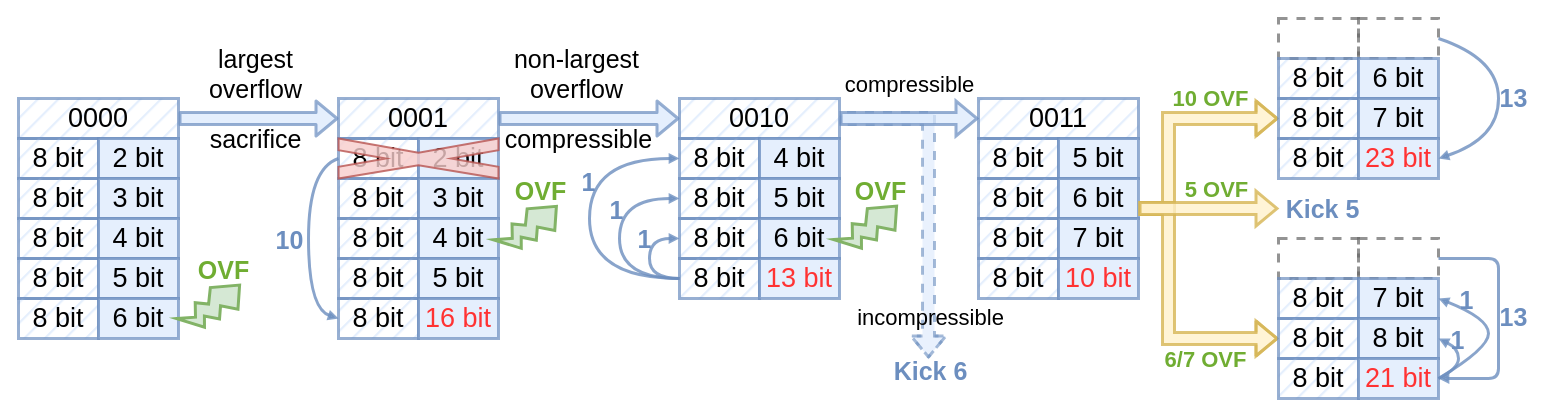
Before: page "running" (4 of 10) of EC.drawio in sql0316/hello-world, a draw.io diagram. Source tidied: cells renumbered, new cells numbered last; positions are measured from the earlier drawing's top-left corner, leaving out a move shared by most shapes. Both pictures are drawn from the tidied source at 100%, with x=0, y=0 at pixel (18, 18).
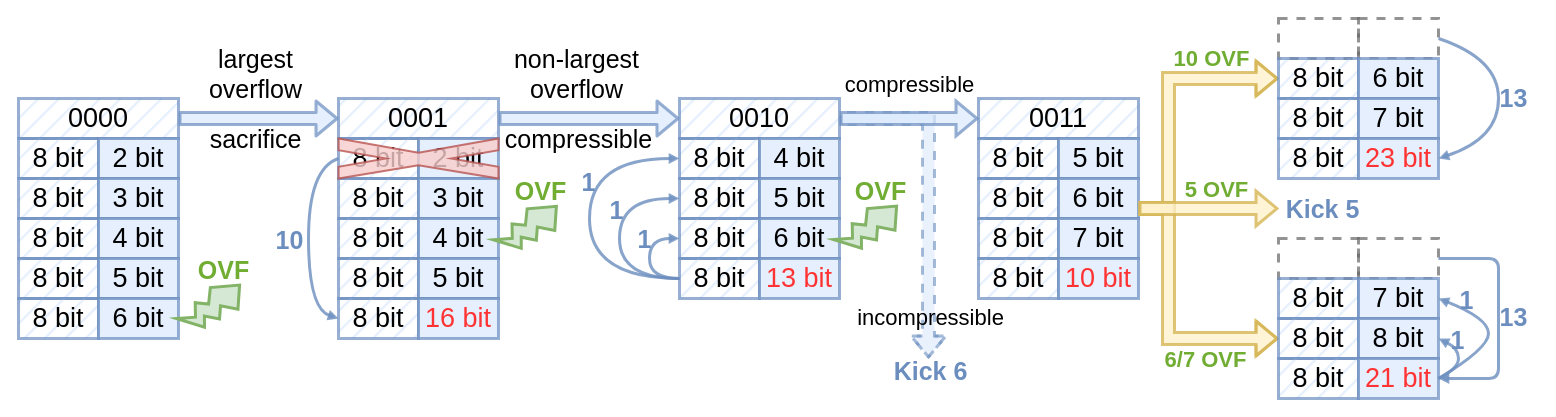
The same diagram, later.

Unchanged cells that the change refers to:
```xml
<mxCell id="62" value="&lt;font style=&quot;font-size: 27px;&quot;&gt;6 bit&lt;br style=&quot;font-size: 27px;&quot;&gt;&lt;/font&gt;" style="rounded=0;whiteSpace=wrap;html=1;fontFamily=Helvetica;strokeWidth=3;fillColor=#dae8fc;strokeColor=#6c8ebf;fontSize=27;opacity=70;" parent="1" vertex="1">
  <mxGeometry x="1040" y="160" width="80" height="40" as="geometry" />
</mxCell>
<mxCell id="73" value="&lt;font style=&quot;font-size: 27px;&quot;&gt;&lt;font style=&quot;font-size: 27px;&quot;&gt;8 bit&lt;/font&gt;&lt;br style=&quot;font-size: 27px;&quot;&gt;&lt;/font&gt;" style="rounded=0;whiteSpace=wrap;html=1;fontFamily=Helvetica;strokeWidth=3;fillColor=#dae8fc;strokeColor=#6c8ebf;fontSize=27;fillStyle=hatch;opacity=70;" parent="1" vertex="1">
  <mxGeometry x="1260" y="40" width="80" height="40" as="geometry" />
</mxCell>
<mxCell id="75" value="&lt;font style=&quot;font-size: 27px;&quot;&gt;&lt;font style=&quot;font-size: 27px;&quot;&gt;8 bit&lt;/font&gt;&lt;br style=&quot;font-size: 27px;&quot;&gt;&lt;/font&gt;" style="rounded=0;whiteSpace=wrap;html=1;fontFamily=Helvetica;strokeWidth=3;fillColor=#dae8fc;strokeColor=#6c8ebf;fontSize=27;fillStyle=hatch;opacity=70;" parent="1" vertex="1">
  <mxGeometry x="1260" y="80" width="80" height="40" as="geometry" />
</mxCell>
```

Change to the diagram source:
```diff
@@
-    <mxCell id="67" style="jettySize=auto;html=1;startArrow=none;startFill=0;endArrow=block;endFill=0;strokeColor=#d6b656;strokeWidth=3;fontStyle=1;jumpStyle=gap;jumpSize=10;rounded=0;fontFamily=Helvetica;fontSize=30;fillColor=#fff2cc;shape=flexArrow;gradientDirection=south;opacity=80;exitX=1;exitY=0.75;exitDx=0;exitDy=0;entryX=0;entryY=0.5;entryDx=0;entryDy=0;" parent="1" edge="1" source="62" target="75">
+    <mxCell id="67" style="jettySize=auto;html=1;startArrow=none;startFill=0;endArrow=block;endFill=0;strokeColor=#d6b656;strokeWidth=3;fontStyle=1;jumpStyle=gap;jumpSize=10;rounded=0;fontFamily=Helvetica;fontSize=30;fillColor=#fff2cc;shape=flexArrow;gradientDirection=south;opacity=80;exitX=1;exitY=0.75;exitDx=0;exitDy=0;entryX=0;entryY=0.5;entryDx=0;entryDy=0;" parent="1" edge="1" source="62" target="73">
       <mxGeometry relative="1" as="geometry">
         <Array as="points">
           <mxPoint x="1150" y="190" />
-          <mxPoint x="1150" y="100" />
+          <mxPoint x="1150" y="60" />
         </Array>
       </mxGeometry>
     </mxCell>
@@
     <mxCell id="85" value="&lt;font style=&quot;font-size: 22px;&quot;&gt;10 OVF&lt;/font&gt;" style="text;html=1;align=center;verticalAlign=middle;fontStyle=1;fontFamily=Helvetica;fontSize=25;strokeWidth=3;fillColor=none;strokeColor=none;gradientColor=#97d077;gradientDirection=south;rotation=0;fontColor=#4D9900;textOpacity=80;" parent="1" vertex="1">
-      <mxGeometry x="1142" y="59" width="100" height="40" as="geometry" />
+      <mxGeometry x="1143" y="19" width="100" height="40" as="geometry" />
     </mxCell>
```
